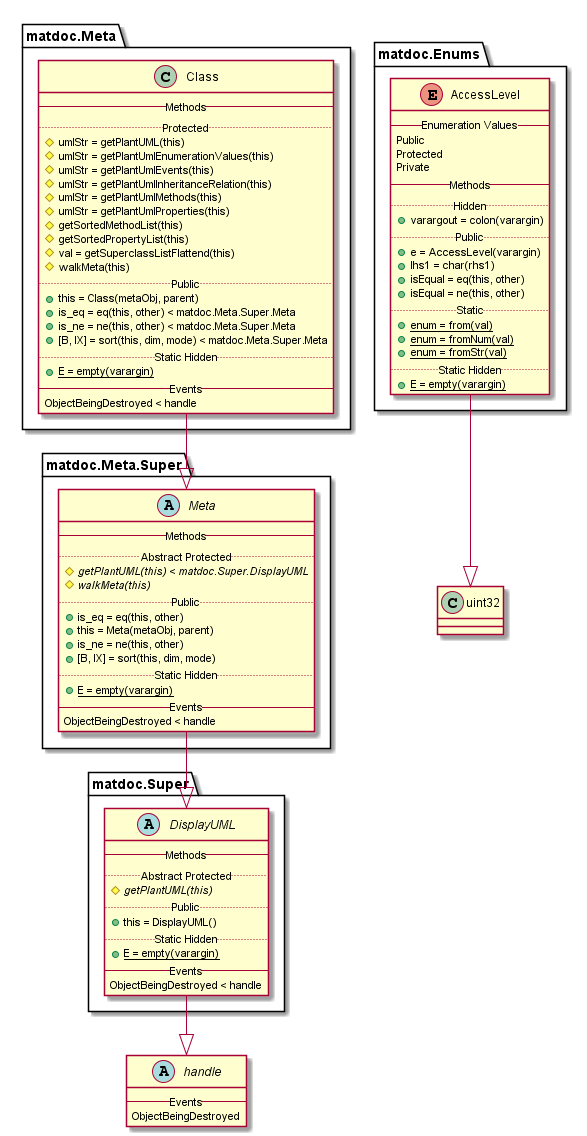
Above: doc/uml-examples/export-class-HideProperties-true.png in flxdot/matdoc (PlantUML), before the change. Its diagram source:
```plantuml
@startuml

abstract class handle {
   -- Events --
   ObjectBeingDestroyed
}


enum matdoc.Enums.AccessLevel {
   -- Enumeration Values --
   Public
   Protected
   Private
   -- Methods --
   .. Hidden ..
   {method} + varargout = colon(varargin)
   .. Public ..
   {method} + e = AccessLevel(varargin)
   {method} + lhs1 = char(rhs1)
   {method} + isEqual = eq(this, other)
   {method} + isEqual = ne(this, other)
   .. Static ..
   {method}{static} + enum = from(val)
   {method}{static} + enum = fromNum(val)
   {method}{static} + enum = fromStr(val)
   .. Static Hidden ..
   {method}{static} + E = empty(varargin)
}

matdoc.Enums.AccessLevel --|> uint32

class matdoc.Meta.Class {
   -- Methods --
   .. Protected ..
   {method} # umlStr = getPlantUML(this)
   {method} # umlStr = getPlantUmlEnumerationValues(this)
   {method} # umlStr = getPlantUmlEvents(this)
   {method} # umlStr = getPlantUmlInheritanceRelation(this)
   {method} # umlStr = getPlantUmlMethods(this)
   {method} # umlStr = getPlantUmlProperties(this)
   {method} # getSortedMethodList(this)
   {method} # getSortedPropertyList(this)
   {method} # val = getSuperclassListFlattend(this)
   {method} # walkMeta(this)
   .. Public ..
   {method} + this = Class(metaObj, parent)
   {method} + is_eq = eq(this, other) < matdoc.Meta.Super.Meta
   {method} + is_ne = ne(this, other) < matdoc.Meta.Super.Meta
   {method} + [B, IX] = sort(this, dim, mode) < matdoc.Meta.Super.Meta
   .. Static Hidden ..
   {method}{static} + E = empty(varargin)
   -- Events --
   ObjectBeingDestroyed < handle
}

matdoc.Meta.Class --|> matdoc.Meta.Super.Meta

abstract class matdoc.Meta.Super.Meta {
   -- Methods --
   .. Abstract Protected ..
   {method}{abstract} # getPlantUML(this) < matdoc.Super.DisplayUML
   {method}{abstract} # walkMeta(this)
   .. Public ..
   {method} + is_eq = eq(this, other)
   {method} + this = Meta(metaObj, parent)
   {method} + is_ne = ne(this, other)
   {method} + [B, IX] = sort(this, dim, mode)
   .. Static Hidden ..
   {method}{static} + E = empty(varargin)
   -- Events --
   ObjectBeingDestroyed < handle
}

matdoc.Meta.Super.Meta --|> matdoc.Super.DisplayUML

abstract class matdoc.Super.DisplayUML {
   -- Methods --
   .. Abstract Protected ..
   {method}{abstract} # getPlantUML(this)
   .. Public ..
   {method} + this = DisplayUML()
   .. Static Hidden ..
   {method}{static} + E = empty(varargin)
   -- Events --
   ObjectBeingDestroyed < handle
}

matdoc.Super.DisplayUML --|> handle

class uint32 {
}


@enduml
```
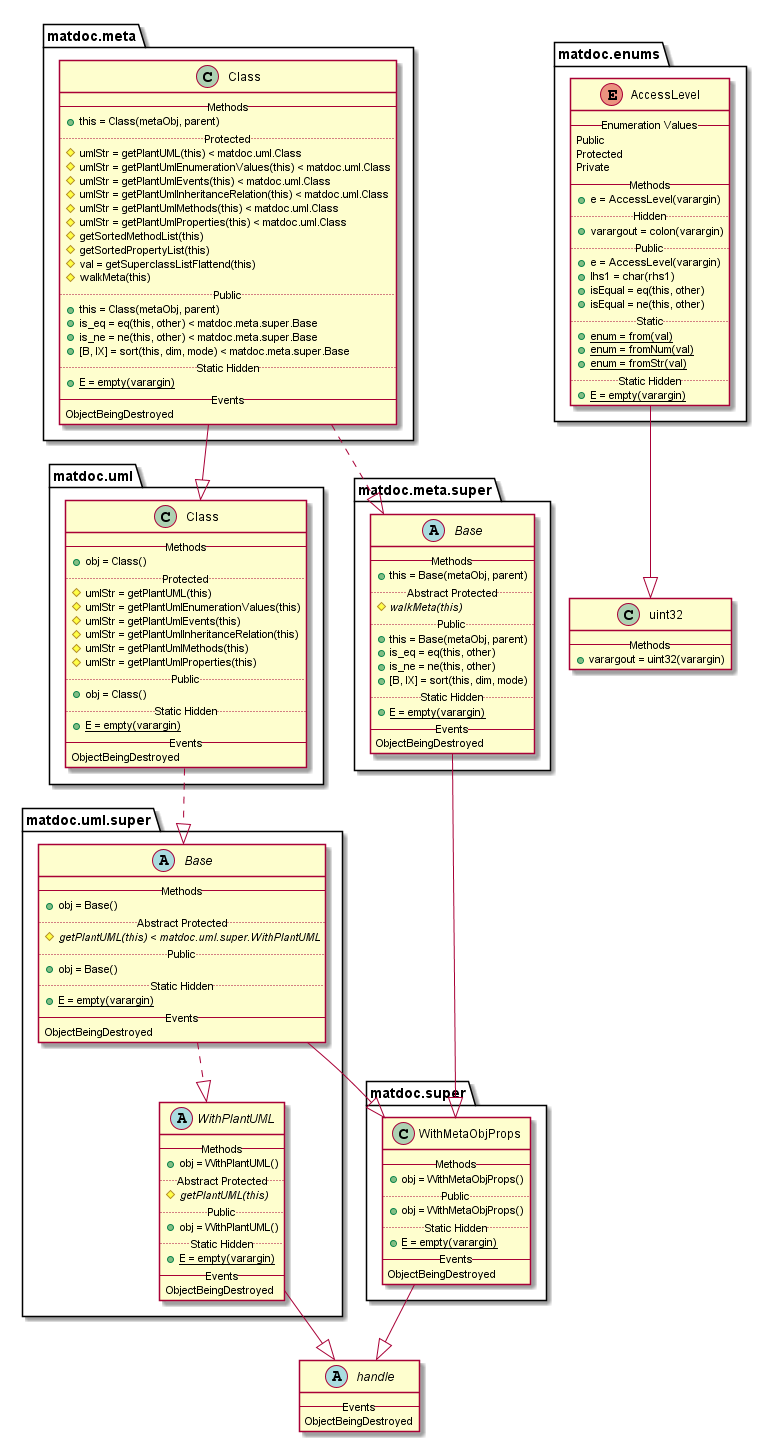
Later version of the same file.

The edit, as a diff of the source:
```diff
@@ -6,12 +6,13 @@
 }
 
 
-enum matdoc.Enums.AccessLevel {
+enum matdoc.enums.AccessLevel {
    -- Enumeration Values --
    Public
    Protected
    Private
    -- Methods --
+   {method} + e = AccessLevel(varargin)
    .. Hidden ..
    {method} + varargout = colon(varargin)
    .. Public ..
@@ -27,10 +28,70 @@
    {method}{static} + E = empty(varargin)
 }
 
-matdoc.Enums.AccessLevel --|> uint32
+matdoc.enums.AccessLevel --|> uint32
 
-class matdoc.Meta.Class {
+class matdoc.meta.Class {
    -- Methods --
+   {method} + this = Class(metaObj, parent)
+   .. Protected ..
+   {method} # umlStr = getPlantUML(this) < matdoc.uml.Class
+   {method} # umlStr = getPlantUmlEnumerationValues(this) < matdoc.uml.Class
+   {method} # umlStr = getPlantUmlEvents(this) < matdoc.uml.Class
+   {method} # umlStr = getPlantUmlInheritanceRelation(this) < matdoc.uml.Class
+   {method} # umlStr = getPlantUmlMethods(this) < matdoc.uml.Class
+   {method} # umlStr = getPlantUmlProperties(this) < matdoc.uml.Class
+   {method} # getSortedMethodList(this)
+   {method} # getSortedPropertyList(this)
+   {method} # val = getSuperclassListFlattend(this)
+   {method} # walkMeta(this)
+   .. Public ..
+   {method} + this = Class(metaObj, parent)
+   {method} + is_eq = eq(this, other) < matdoc.meta.super.Base
+   {method} + is_ne = ne(this, other) < matdoc.meta.super.Base
+   {method} + [B, IX] = sort(this, dim, mode) < matdoc.meta.super.Base
+   .. Static Hidden ..
+   {method}{static} + E = empty(varargin)
+   -- Events --
+   ObjectBeingDestroyed
+}
+
+matdoc.meta.Class ..|> matdoc.meta.super.Base
+matdoc.meta.Class --|> matdoc.uml.Class
+
+abstract class matdoc.meta.super.Base {
+   -- Methods --
+   {method} + this = Base(metaObj, parent)
+   .. Abstract Protected ..
+   {method}{abstract} # walkMeta(this)
+   .. Public ..
+   {method} + this = Base(metaObj, parent)
+   {method} + is_eq = eq(this, other)
+   {method} + is_ne = ne(this, other)
+   {method} + [B, IX] = sort(this, dim, mode)
+   .. Static Hidden ..
+   {method}{static} + E = empty(varargin)
+   -- Events --
+   ObjectBeingDestroyed
+}
+
+matdoc.meta.super.Base --|> matdoc.super.WithMetaObjProps
+
+class matdoc.super.WithMetaObjProps {
+   -- Methods --
+   {method} + obj = WithMetaObjProps()
+   .. Public ..
+   {method} + obj = WithMetaObjProps()
+   .. Static Hidden ..
+   {method}{static} + E = empty(varargin)
+   -- Events --
+   ObjectBeingDestroyed
+}
+
+matdoc.super.WithMetaObjProps --|> handle
+
+class matdoc.uml.Class {
+   -- Methods --
+   {method} + obj = Class()
    .. Protected ..
    {method} # umlStr = getPlantUML(this)
    {method} # umlStr = getPlantUmlEnumerationValues(this)
@@ -38,56 +99,50 @@
    {method} # umlStr = getPlantUmlInheritanceRelation(this)
    {method} # umlStr = getPlantUmlMethods(this)
    {method} # umlStr = getPlantUmlProperties(this)
-   {method} # getSortedMethodList(this)
-   {method} # getSortedPropertyList(this)
-   {method} # val = getSuperclassListFlattend(this)
-   {method} # walkMeta(this)
    .. Public ..
-   {method} + this = Class(metaObj, parent)
-   {method} + is_eq = eq(this, other) < matdoc.Meta.Super.Meta
-   {method} + is_ne = ne(this, other) < matdoc.Meta.Super.Meta
-   {method} + [B, IX] = sort(this, dim, mode) < matdoc.Meta.Super.Meta
+   {method} + obj = Class()
    .. Static Hidden ..
    {method}{static} + E = empty(varargin)
    -- Events --
-   ObjectBeingDestroyed < handle
+   ObjectBeingDestroyed
 }
 
-matdoc.Meta.Class --|> matdoc.Meta.Super.Meta
+matdoc.uml.Class ..|> matdoc.uml.super.Base
 
-abstract class matdoc.Meta.Super.Meta {
+abstract class matdoc.uml.super.Base {
    -- Methods --
+   {method} + obj = Base()
    .. Abstract Protected ..
-   {method}{abstract} # getPlantUML(this) < matdoc.Super.DisplayUML
-   {method}{abstract} # walkMeta(this)
+   {method}{abstract} # getPlantUML(this) < matdoc.uml.super.WithPlantUML
    .. Public ..
-   {method} + is_eq = eq(this, other)
-   {method} + this = Meta(metaObj, parent)
-   {method} + is_ne = ne(this, other)
-   {method} + [B, IX] = sort(this, dim, mode)
+   {method} + obj = Base()
    .. Static Hidden ..
    {method}{static} + E = empty(varargin)
    -- Events --
-   ObjectBeingDestroyed < handle
+   ObjectBeingDestroyed
 }
 
-matdoc.Meta.Super.Meta --|> matdoc.Super.DisplayUML
+matdoc.uml.super.Base --|> matdoc.super.WithMetaObjProps
+matdoc.uml.super.Base ..|> matdoc.uml.super.WithPlantUML
 
-abstract class matdoc.Super.DisplayUML {
+abstract class matdoc.uml.super.WithPlantUML {
    -- Methods --
+   {method} + obj = WithPlantUML()
    .. Abstract Protected ..
    {method}{abstract} # getPlantUML(this)
    .. Public ..
-   {method} + this = DisplayUML()
+   {method} + obj = WithPlantUML()
    .. Static Hidden ..
    {method}{static} + E = empty(varargin)
    -- Events --
-   ObjectBeingDestroyed < handle
+   ObjectBeingDestroyed
 }
 
-matdoc.Super.DisplayUML --|> handle
+matdoc.uml.super.WithPlantUML --|> handle
 
 class uint32 {
+   -- Methods --
+   {method} + varargout = uint32(varargin)
 }
 
 
```
